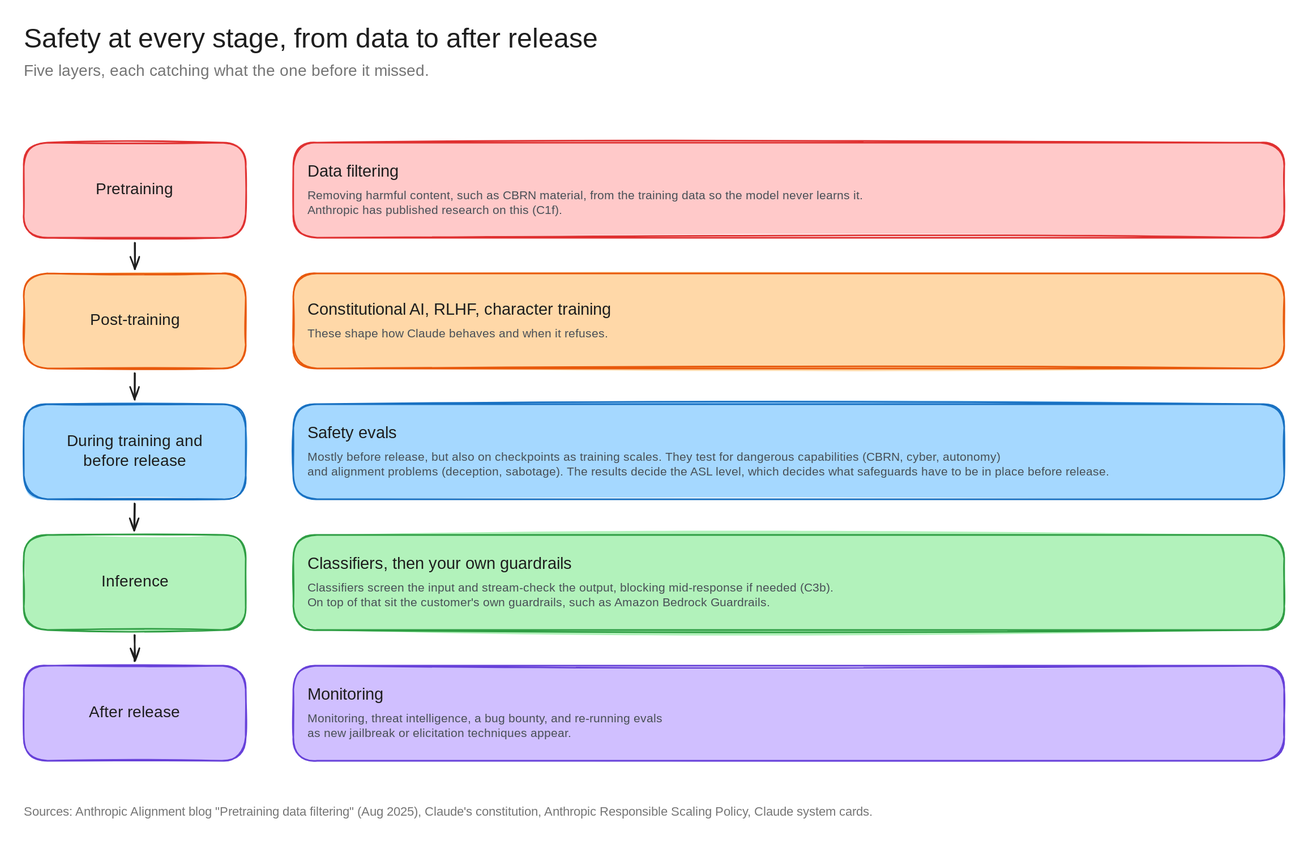
Earlier version of the Excalidraw export architecture-diagrams/claude-anz-infra-excalidraw/diagrams/c1g-safety-stages.excalidraw.svg (bsnehanshu/slides). Source tidied: one line per element, renumbered; positions are measured from the earlier drawing's top-left corner, leaving out a move shared by most shapes.
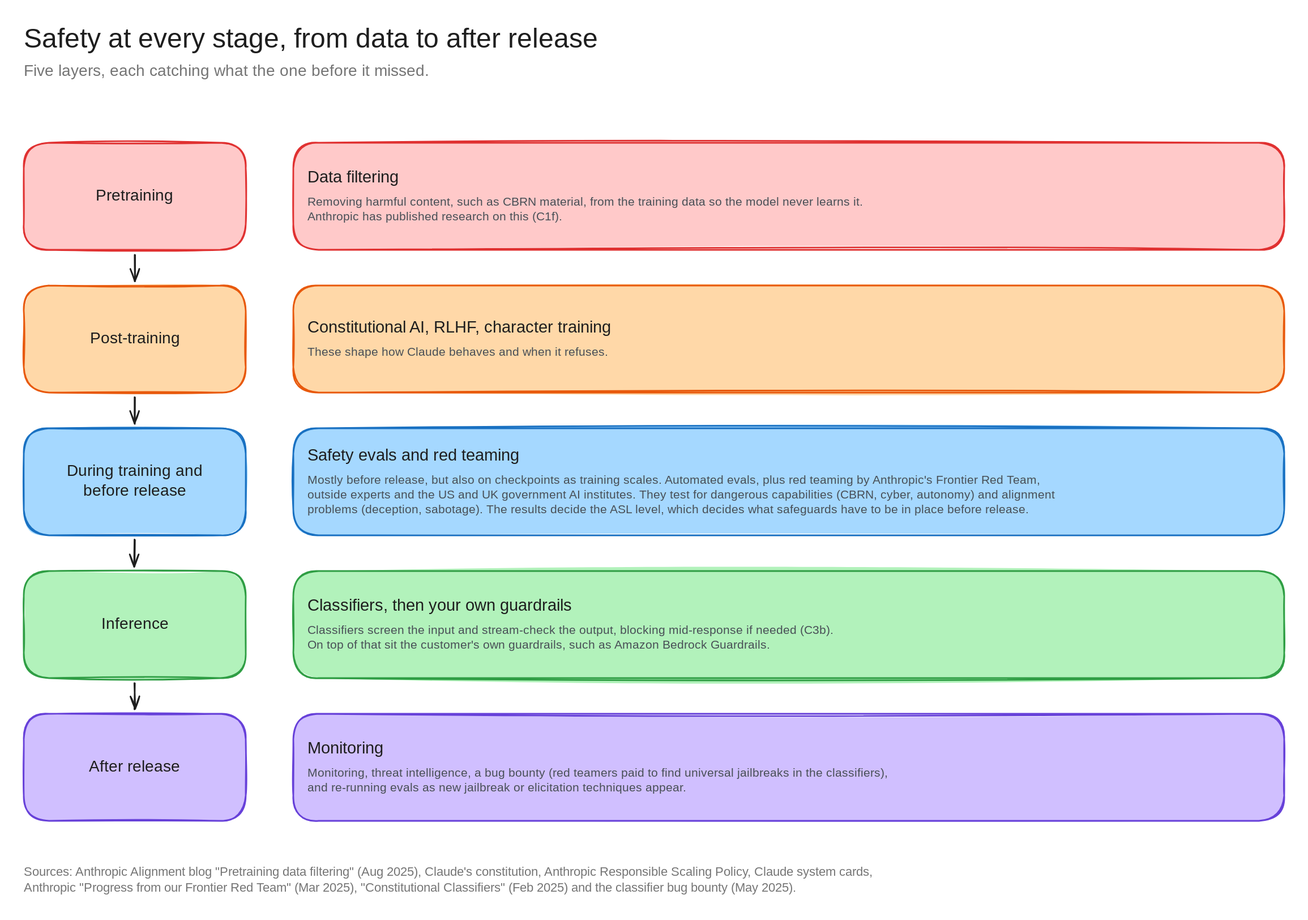
After the change.

Commit message:
Whiteboard: add red teaming to the safety-at-every-stage slide (c1g)

Diff of the diagram source:
```diff
@@ -1,32 +1,32 @@
 {"id": 0, "type": "text", "text": "Safety at every stage, from data to after release", "strokeColor": "#1e1e1e", "strokeWidth": 2, "roughness": 1, "fontSize": 34, "fontFamily": 5, "x": 0, "y": 0, "width": 844, "height": 42}
 {"id": 1, "type": "text", "text": "Five layers, each catching what the one before it missed.", "strokeColor": "#757575", "strokeWidth": 2, "roughness": 1, "fontSize": 20, "fontFamily": 5, "x": 0, "y": 48, "width": 560, "height": 25}
-{"id": 2, "type": "rectangle", "strokeColor": "#e03131", "backgroundColor": "#ffc9c9", "fillStyle": "solid", "strokeWidth": 2, "roughness": 1, "round": true, "x": 0, "y": 150, "width": 280, "height": 120}
+{"id": 2, "type": "rectangle", "strokeColor": "#e03131", "backgroundColor": "#ffc9c9", "fillStyle": "solid", "strokeWidth": 2, "roughness": 1, "round": true, "x": 0, "y": 150, "width": 280, "height": 135}
-{"id": 3, "type": "text", "text": "Pretraining", "strokeColor": "#1e1e1e", "strokeWidth": 2, "roughness": 1, "fontSize": 20, "fontFamily": 5, "textAlign": "center", "verticalAlign": "middle", "inside": 2, "x": 86, "y": 198, "width": 107, "height": 25}
+{"id": 3, "type": "text", "text": "Pretraining", "strokeColor": "#1e1e1e", "strokeWidth": 2, "roughness": 1, "fontSize": 20, "fontFamily": 5, "textAlign": "center", "verticalAlign": "middle", "inside": 2, "x": 86, "y": 205, "width": 107, "height": 25}
-{"id": 4, "type": "rectangle", "strokeColor": "#e03131", "backgroundColor": "#ffc9c9", "fillStyle": "solid", "strokeWidth": 2, "roughness": 1, "round": true, "x": 340, "y": 150, "width": 1250, "height": 120}
+{"id": 4, "type": "rectangle", "strokeColor": "#e03131", "backgroundColor": "#ffc9c9", "fillStyle": "solid", "strokeWidth": 2, "roughness": 1, "round": true, "x": 340, "y": 150, "width": 1250, "height": 135}
-{"id": 5, "type": "text", "text": "Data filtering", "strokeColor": "#1e1e1e", "strokeWidth": 2, "roughness": 1, "fontSize": 21, "fontFamily": 5, "x": 358, "y": 174, "width": 143, "height": 26}
+{"id": 5, "type": "text", "text": "Data filtering", "strokeColor": "#1e1e1e", "strokeWidth": 2, "roughness": 1, "fontSize": 21, "fontFamily": 5, "x": 358, "y": 182, "width": 143, "height": 26}
-{"id": 6, "type": "text", "text": "Removing harmful content, such as CBRN material, from the training data so the model never learns it.\nAnthropic has published research on this (C1f).", "strokeColor": "#495057", "strokeWidth": 2, "roughness": 1, "fontSize": 15, "fontFamily": 5, "x": 358, "y": 208, "width": 753, "height": 38}
+{"id": 6, "type": "text", "text": "Removing harmful content, such as CBRN material, from the training data so the model never learns it.\nAnthropic has published research on this (C1f).", "strokeColor": "#495057", "strokeWidth": 2, "roughness": 1, "fontSize": 15, "fontFamily": 5, "x": 358, "y": 216, "width": 753, "height": 38}
-{"id": 7, "type": "rectangle", "strokeColor": "#e8590c", "backgroundColor": "#ffd8a8", "fillStyle": "solid", "strokeWidth": 2, "roughness": 1, "round": true, "x": 0, "y": 315, "width": 280, "height": 120}
+{"id": 7, "type": "rectangle", "strokeColor": "#e8590c", "backgroundColor": "#ffd8a8", "fillStyle": "solid", "strokeWidth": 2, "roughness": 1, "round": true, "x": 0, "y": 330, "width": 280, "height": 135}
-{"id": 8, "type": "text", "text": "Post-training", "strokeColor": "#1e1e1e", "strokeWidth": 2, "roughness": 1, "fontSize": 20, "fontFamily": 5, "textAlign": "center", "verticalAlign": "middle", "inside": 7, "x": 75, "y": 362, "width": 130, "height": 25}
+{"id": 8, "type": "text", "text": "Post-training", "strokeColor": "#1e1e1e", "strokeWidth": 2, "roughness": 1, "fontSize": 20, "fontFamily": 5, "textAlign": "center", "verticalAlign": "middle", "inside": 7, "x": 75, "y": 385, "width": 130, "height": 25}
-{"id": 9, "type": "rectangle", "strokeColor": "#e8590c", "backgroundColor": "#ffd8a8", "fillStyle": "solid", "strokeWidth": 2, "roughness": 1, "round": true, "x": 340, "y": 315, "width": 1250, "height": 120}
+{"id": 9, "type": "rectangle", "strokeColor": "#e8590c", "backgroundColor": "#ffd8a8", "fillStyle": "solid", "strokeWidth": 2, "roughness": 1, "round": true, "x": 340, "y": 330, "width": 1250, "height": 135}
-{"id": 10, "type": "text", "text": "Constitutional AI, RLHF, character training", "strokeColor": "#1e1e1e", "strokeWidth": 2, "roughness": 1, "fontSize": 21, "fontFamily": 5, "x": 358, "y": 348, "width": 441, "height": 26}
+{"id": 10, "type": "text", "text": "Constitutional AI, RLHF, character training", "strokeColor": "#1e1e1e", "strokeWidth": 2, "roughness": 1, "fontSize": 21, "fontFamily": 5, "x": 358, "y": 371, "width": 441, "height": 26}
-{"id": 11, "type": "text", "text": "These shape how Claude behaves and when it refuses.", "strokeColor": "#495057", "strokeWidth": 2, "roughness": 1, "fontSize": 15, "fontFamily": 5, "x": 358, "y": 383, "width": 400, "height": 19}
+{"id": 11, "type": "text", "text": "These shape how Claude behaves and when it refuses.", "strokeColor": "#495057", "strokeWidth": 2, "roughness": 1, "fontSize": 15, "fontFamily": 5, "x": 358, "y": 405, "width": 400, "height": 19}
-{"id": 12, "type": "rectangle", "strokeColor": "#1971c2", "backgroundColor": "#a5d8ff", "fillStyle": "solid", "strokeWidth": 2, "roughness": 1, "round": true, "x": 0, "y": 480, "width": 280, "height": 120}
+{"id": 12, "type": "rectangle", "strokeColor": "#1971c2", "backgroundColor": "#a5d8ff", "fillStyle": "solid", "strokeWidth": 2, "roughness": 1, "round": true, "x": 0, "y": 510, "width": 280, "height": 135}
-{"id": 13, "type": "text", "text": "During training and\nbefore release", "strokeColor": "#1e1e1e", "strokeWidth": 2, "roughness": 1, "fontSize": 20, "fontFamily": 5, "textAlign": "center", "verticalAlign": "middle", "inside": 12, "x": 47, "y": 515, "width": 186, "height": 50}
+{"id": 13, "type": "text", "text": "During training and\nbefore release", "strokeColor": "#1e1e1e", "strokeWidth": 2, "roughness": 1, "fontSize": 20, "fontFamily": 5, "textAlign": "center", "verticalAlign": "middle", "inside": 12, "x": 47, "y": 552, "width": 186, "height": 50}
-{"id": 14, "type": "rectangle", "strokeColor": "#1971c2", "backgroundColor": "#a5d8ff", "fillStyle": "solid", "strokeWidth": 2, "roughness": 1, "round": true, "x": 340, "y": 480, "width": 1250, "height": 120}
+{"id": 14, "type": "rectangle", "strokeColor": "#1971c2", "backgroundColor": "#a5d8ff", "fillStyle": "solid", "strokeWidth": 2, "roughness": 1, "round": true, "x": 340, "y": 510, "width": 1250, "height": 135}
-{"id": 15, "type": "text", "text": "Safety evals", "strokeColor": "#1e1e1e", "strokeWidth": 2, "roughness": 1, "fontSize": 21, "fontFamily": 5, "x": 358, "y": 504, "width": 130, "height": 26}
+{"id": 15, "type": "text", "text": "Safety evals and red teaming", "strokeColor": "#1e1e1e", "strokeWidth": 2, "roughness": 1, "fontSize": 21, "fontFamily": 5, "x": 358, "y": 532, "width": 300, "height": 26}
-{"id": 16, "type": "text", "text": "Mostly before release, but also on checkpoints as training scales. They test for dangerous capabilities (CBRN, cyber, autonomy)\nand alignment problems (deception, sabotage). The results decide the ASL level, which decides what safeguards have to be in place before release.", "strokeColor": "#495057", "strokeWidth": 2, "roughness": 1, "fontSize": 15, "fontFamily": 5, "x": 358, "y": 538, "width": 1075, "height": 38}
+{"id": 16, "type": "text", "text": "Mostly before release, but also on checkpoints as training scales. Automated evals, plus red teaming by Anthropic's Frontier Red Team,\noutside experts and the US and UK government AI institutes. They test for dangerous capabilities (CBRN, cyber, autonomy) and alignment\nproblems (deception, sabotage). The results decide the ASL level, which decides what safeguards have to be in place before release.", "strokeColor": "#495057", "strokeWidth": 2, "roughness": 1, "fontSize": 15, "fontFamily": 5, "x": 358, "y": 566, "width": 1025, "height": 56}
-{"id": 17, "type": "rectangle", "strokeColor": "#2f9e44", "backgroundColor": "#b2f2bb", "fillStyle": "solid", "strokeWidth": 2, "roughness": 1, "round": true, "x": 0, "y": 645, "width": 280, "height": 120}
+{"id": 17, "type": "rectangle", "strokeColor": "#2f9e44", "backgroundColor": "#b2f2bb", "fillStyle": "solid", "strokeWidth": 2, "roughness": 1, "round": true, "x": 0, "y": 690, "width": 280, "height": 135}
-{"id": 18, "type": "text", "text": "Inference", "strokeColor": "#1e1e1e", "strokeWidth": 2, "roughness": 1, "fontSize": 20, "fontFamily": 5, "textAlign": "center", "verticalAlign": "middle", "inside": 17, "x": 92, "y": 692, "width": 95, "height": 25}
+{"id": 18, "type": "text", "text": "Inference", "strokeColor": "#1e1e1e", "strokeWidth": 2, "roughness": 1, "fontSize": 20, "fontFamily": 5, "textAlign": "center", "verticalAlign": "middle", "inside": 17, "x": 92, "y": 745, "width": 95, "height": 25}
-{"id": 19, "type": "rectangle", "strokeColor": "#2f9e44", "backgroundColor": "#b2f2bb", "fillStyle": "solid", "strokeWidth": 2, "roughness": 1, "round": true, "x": 340, "y": 645, "width": 1250, "height": 120}
+{"id": 19, "type": "rectangle", "strokeColor": "#2f9e44", "backgroundColor": "#b2f2bb", "fillStyle": "solid", "strokeWidth": 2, "roughness": 1, "round": true, "x": 340, "y": 690, "width": 1250, "height": 135}
-{"id": 20, "type": "text", "text": "Classifiers, then your own guardrails", "strokeColor": "#1e1e1e", "strokeWidth": 2, "roughness": 1, "fontSize": 21, "fontFamily": 5, "x": 358, "y": 669, "width": 372, "height": 26}
+{"id": 20, "type": "text", "text": "Classifiers, then your own guardrails", "strokeColor": "#1e1e1e", "strokeWidth": 2, "roughness": 1, "fontSize": 21, "fontFamily": 5, "x": 358, "y": 722, "width": 372, "height": 26}
-{"id": 21, "type": "text", "text": "Classifiers screen the input and stream-check the output, blocking mid-response if needed (C3b).\nOn top of that sit the customer's own guardrails, such as Amazon Bedrock Guardrails.", "strokeColor": "#495057", "strokeWidth": 2, "roughness": 1, "fontSize": 15, "fontFamily": 5, "x": 358, "y": 703, "width": 708, "height": 38}
+{"id": 21, "type": "text", "text": "Classifiers screen the input and stream-check the output, blocking mid-response if needed (C3b).\nOn top of that sit the customer's own guardrails, such as Amazon Bedrock Guardrails.", "strokeColor": "#495057", "strokeWidth": 2, "roughness": 1, "fontSize": 15, "fontFamily": 5, "x": 358, "y": 756, "width": 708, "height": 38}
-{"id": 22, "type": "rectangle", "strokeColor": "#6741d9", "backgroundColor": "#d0bfff", "fillStyle": "solid", "strokeWidth": 2, "roughness": 1, "round": true, "x": 0, "y": 810, "width": 280, "height": 120}
+{"id": 22, "type": "rectangle", "strokeColor": "#6741d9", "backgroundColor": "#d0bfff", "fillStyle": "solid", "strokeWidth": 2, "roughness": 1, "round": true, "x": 0, "y": 870, "width": 280, "height": 135}
-{"id": 23, "type": "text", "text": "After release", "strokeColor": "#1e1e1e", "strokeWidth": 2, "roughness": 1, "fontSize": 20, "fontFamily": 5, "textAlign": "center", "verticalAlign": "middle", "inside": 22, "x": 74, "y": 858, "width": 131, "height": 25}
+{"id": 23, "type": "text", "text": "After release", "strokeColor": "#1e1e1e", "strokeWidth": 2, "roughness": 1, "fontSize": 20, "fontFamily": 5, "textAlign": "center", "verticalAlign": "middle", "inside": 22, "x": 74, "y": 925, "width": 131, "height": 25}
-{"id": 24, "type": "rectangle", "strokeColor": "#6741d9", "backgroundColor": "#d0bfff", "fillStyle": "solid", "strokeWidth": 2, "roughness": 1, "round": true, "x": 340, "y": 810, "width": 1250, "height": 120}
+{"id": 24, "type": "rectangle", "strokeColor": "#6741d9", "backgroundColor": "#d0bfff", "fillStyle": "solid", "strokeWidth": 2, "roughness": 1, "round": true, "x": 340, "y": 870, "width": 1250, "height": 135}
-{"id": 25, "type": "text", "text": "Monitoring", "strokeColor": "#1e1e1e", "strokeWidth": 2, "roughness": 1, "fontSize": 21, "fontFamily": 5, "x": 358, "y": 834, "width": 108, "height": 26}
+{"id": 25, "type": "text", "text": "Monitoring", "strokeColor": "#1e1e1e", "strokeWidth": 2, "roughness": 1, "fontSize": 21, "fontFamily": 5, "x": 358, "y": 902, "width": 108, "height": 26}
-{"id": 26, "type": "text", "text": "Monitoring, threat intelligence, a bug bounty, and re-running evals\nas new jailbreak or elicitation techniques appear.", "strokeColor": "#495057", "strokeWidth": 2, "roughness": 1, "fontSize": 15, "fontFamily": 5, "x": 358, "y": 868, "width": 478, "height": 38}
+{"id": 26, "type": "text", "text": "Monitoring, threat intelligence, a bug bounty (red teamers paid to find universal jailbreaks in the classifiers),\nand re-running evals as new jailbreak or elicitation techniques appear.", "strokeColor": "#495057", "strokeWidth": 2, "roughness": 1, "fontSize": 15, "fontFamily": 5, "x": 358, "y": 936, "width": 796, "height": 38}
-{"id": 27, "type": "arrow", "strokeColor": "#1e1e1e", "strokeWidth": 2, "roughness": 1, "endArrowhead": "arrow", "round": true, "from": 2, "to": 7, "x": 140, "y": 276, "width": 0, "height": 33, "points": [[0, 0], [0, 33]]}
+{"id": 27, "type": "arrow", "strokeColor": "#1e1e1e", "strokeWidth": 2, "roughness": 1, "endArrowhead": "arrow", "round": true, "from": 2, "to": 7, "x": 140, "y": 291, "width": 0, "height": 33, "points": [[0, 0], [0, 33]]}
-{"id": 28, "type": "arrow", "strokeColor": "#1e1e1e", "strokeWidth": 2, "roughness": 1, "endArrowhead": "arrow", "round": true, "from": 7, "to": 12, "x": 140, "y": 441, "width": 0, "height": 33, "points": [[0, 0], [0, 33]]}
+{"id": 28, "type": "arrow", "strokeColor": "#1e1e1e", "strokeWidth": 2, "roughness": 1, "endArrowhead": "arrow", "round": true, "from": 7, "to": 12, "x": 140, "y": 471, "width": 0, "height": 33, "points": [[0, 0], [0, 33]]}
-{"id": 29, "type": "arrow", "strokeColor": "#1e1e1e", "strokeWidth": 2, "roughness": 1, "endArrowhead": "arrow", "round": true, "from": 12, "to": 17, "x": 140, "y": 606, "width": 0, "height": 33, "points": [[0, 0], [0, 33]]}
+{"id": 29, "type": "arrow", "strokeColor": "#1e1e1e", "strokeWidth": 2, "roughness": 1, "endArrowhead": "arrow", "round": true, "from": 12, "to": 17, "x": 140, "y": 651, "width": 0, "height": 33, "points": [[0, 0], [0, 33]]}
-{"id": 30, "type": "arrow", "strokeColor": "#1e1e1e", "strokeWidth": 2, "roughness": 1, "endArrowhead": "arrow", "round": true, "from": 17, "to": 22, "x": 140, "y": 771, "width": 0, "height": 33, "points": [[0, 0], [0, 33]]}
+{"id": 30, "type": "arrow", "strokeColor": "#1e1e1e", "strokeWidth": 2, "roughness": 1, "endArrowhead": "arrow", "round": true, "from": 17, "to": 22, "x": 140, "y": 831, "width": 0, "height": 33, "points": [[0, 0], [0, 33]]}
-{"id": 31, "type": "text", "text": "Sources: Anthropic Alignment blog \"Pretraining data filtering\" (Aug 2025), Claude's constitution, Anthropic Responsible Scaling Policy, Claude system cards.", "strokeColor": "#757575", "strokeWidth": 2, "roughness": 1, "fontSize": 16, "fontFamily": 5, "x": 0, "y": 985, "width": 1211, "height": 20}
+{"id": 31, "type": "text", "text": "Sources: Anthropic Alignment blog \"Pretraining data filtering\" (Aug 2025), Claude's constitution, Anthropic Responsible Scaling Policy, Claude system cards,\nAnthropic \"Progress from our Frontier Red Team\" (Mar 2025), \"Constitutional Classifiers\" (Feb 2025) and the classifier bug bounty (May 2025).", "strokeColor": "#757575", "strokeWidth": 2, "roughness": 1, "fontSize": 16, "fontFamily": 5, "x": 0, "y": 1060, "width": 1211, "height": 40}
```
